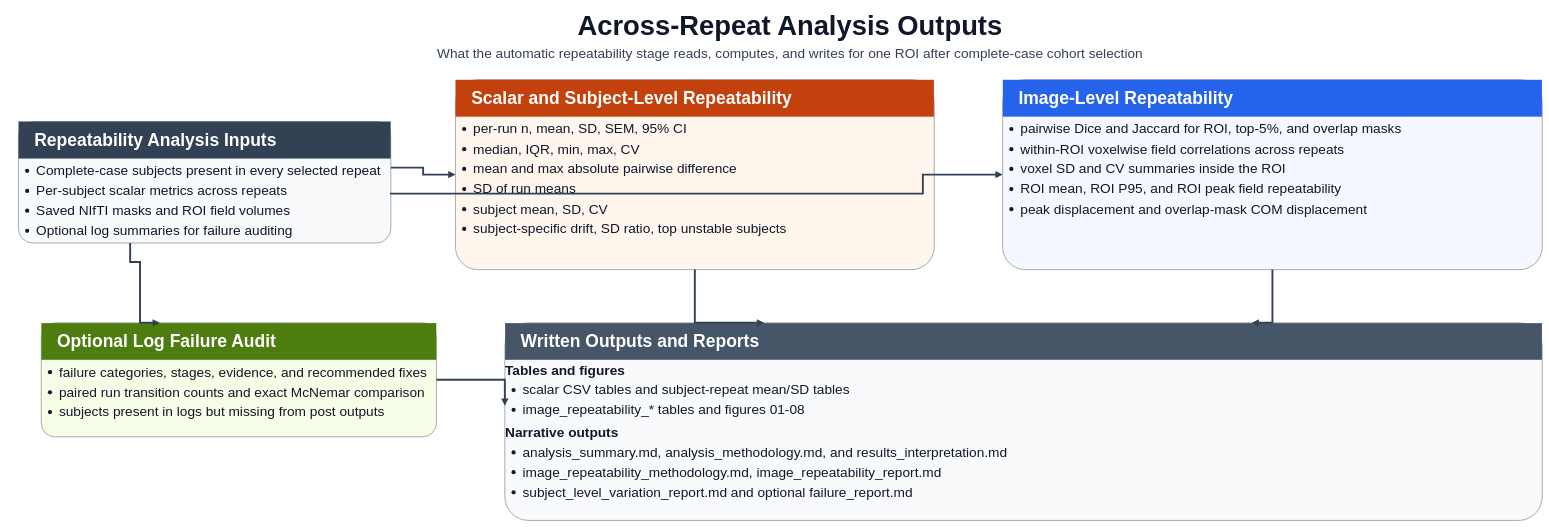
DFrogBinder/TI_Pipeline keeps this draw.io diagram as SimNIBS/Scripts/CamCan_Experiment/drawio/post_pipeline_metric_flowchart_across_repeat_repeatability_metrics.drawio. Above is the earlier version. Source tidied: cells renumbered, new cells numbered last; positions are measured from the earlier drawing's top-left corner, leaving out a move shared by most shapes. Both pictures are drawn from the tidied source at 38%, with x=0, y=0 at pixel (18, 7).
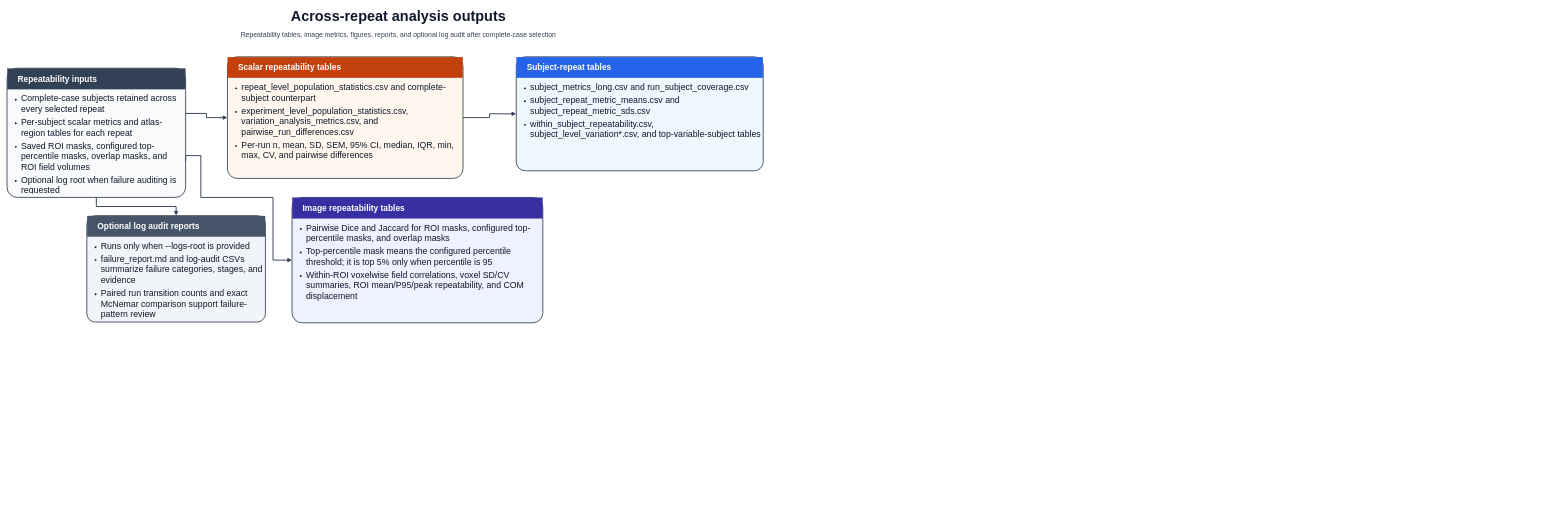
Above is the later version.

Change to the diagram source:
```diff
@@
-    <mxCell id="2" value="Across-Repeat Analysis Outputs" style="text;html=1;strokeColor=none;fillColor=none;align=center;verticalAlign=middle;fontSize=72;fontStyle=1;fontColor=#0F172A;" parent="1" vertex="1">
-      <mxGeometry x="220" width="3620" height="96" as="geometry" />
+    <mxCell id="2" value="Across-repeat analysis outputs" style="text;html=1;strokeColor=none;fillColor=none;whiteSpace=wrap;align=center;verticalAlign=middle;fontSize=38;fontFamily=Helvetica;fontColor=#0F172A;fontStyle=1;" parent="1" vertex="1">
+      <mxGeometry x="-20" y="-2" width="2040" height="52" as="geometry" />
     </mxCell>
-    <mxCell id="3" value="What the automatic repeatability stage reads, computes, and writes for one ROI after complete-case cohort selection" style="text;html=1;strokeColor=none;fillColor=none;align=center;verticalAlign=middle;fontSize=36;fontColor=#334155;" parent="1" vertex="1">
-      <mxGeometry x="120" y="92" width="3820" height="56" as="geometry" />
+    <mxCell id="3" value="Repeatability tables, image metrics, figures, reports, and optional log audit after complete-case selection" style="text;html=1;strokeColor=none;fillColor=none;whiteSpace=wrap;align=center;verticalAlign=middle;fontSize=18;fontFamily=Helvetica;fontColor=#334155;" parent="1" vertex="1">
+      <mxGeometry x="20" y="54" width="1960" height="36" as="geometry" />
     </mxCell>
-    <mxCell id="4" style="rounded=1;arcSize=12;whiteSpace=wrap;html=1;fillColor=#F8FAFC;strokeColor=#1E293B;" parent="1" vertex="1">
-      <mxGeometry y="300" width="980" height="320" as="geometry" />
-    </mxCell>
-    <mxCell id="5" style="rounded=0;whiteSpace=wrap;html=1;fillColor=#334155;strokeColor=#334155;" parent="1" vertex="1">
-      <mxGeometry x="1" y="301" width="978" height="96" as="geometry" />
-    </mxCell>
-    <mxCell id="6" value="Repeatability Analysis Inputs" style="text;html=1;strokeColor=none;fillColor=none;align=left;verticalAlign=middle;spacingLeft=30;fontSize=46;fontStyle=1;fontColor=#FFFFFF;" parent="1" vertex="1">
-      <mxGeometry x="10" y="318" width="960" height="60" as="geometry" />
-    </mxCell>
-    <mxCell id="7" value="&lt;div style='font-size:36px;line-height:1.24;color:#0F172A;'&gt;&lt;ul style='margin:4px 0 0 22px;padding-left:24px;'&gt;&lt;li style='margin:0 0 8px 0;'&gt;Complete-case subjects present in every selected repeat&lt;/li&gt;&lt;li style='margin:0 0 8px 0;'&gt;Per-subject scalar metrics across repeats&lt;/li&gt;&lt;li style='margin:0 0 8px 0;'&gt;Saved NIfTI masks and ROI field volumes&lt;/li&gt;&lt;li style='margin:0 0 8px 0;'&gt;Optional log summaries for failure auditing&lt;/li&gt;&lt;/ul&gt;&lt;/div&gt;" style="text;html=1;whiteSpace=wrap;align=left;verticalAlign=top;spacingLeft=24;spacingRight=24;spacingTop=14;strokeColor=none;fillColor=none;fontSize=36;fontColor=#0F172A;overflow=fill;" parent="1" vertex="1">
-      <mxGeometry x="1" y="404" width="978" height="214" as="geometry" />
-    </mxCell>
-    <mxCell id="8" style="rounded=1;arcSize=12;whiteSpace=wrap;html=1;fillColor=#FFF7ED;strokeColor=#1E293B;" parent="1" vertex="1">
-      <mxGeometry x="1150" y="190" width="1260" height="500" as="geometry" />
-    </mxCell>
-    <mxCell id="9" style="rounded=0;whiteSpace=wrap;html=1;fillColor=#C2410C;strokeColor=#C2410C;" parent="1" vertex="1">
-      <mxGeometry x="1151" y="191" width="1258" height="96" as="geometry" />
-    </mxCell>
-    <mxCell id="10" value="Scalar and Subject-Level Repeatability" style="text;html=1;strokeColor=none;fillColor=none;align=left;verticalAlign=middle;spacingLeft=30;fontSize=46;fontStyle=1;fontColor=#FFFFFF;" parent="1" vertex="1">
-      <mxGeometry x="1160" y="208" width="1240" height="60" as="geometry" />
-    </mxCell>
-    <mxCell id="11" value="&lt;div style='font-size:36px;line-height:1.24;color:#0F172A;'&gt;&lt;ul style='margin:4px 0 0 22px;padding-left:24px;'&gt;&lt;li style='margin:0 0 8px 0;'&gt;per-run n, mean, SD, SEM, 95% CI&lt;/li&gt;&lt;li style='margin:0 0 8px 0;'&gt;median, IQR, min, max, CV&lt;/li&gt;&lt;li style='margin:0 0 8px 0;'&gt;mean and max absolute pairwise difference&lt;/li&gt;&lt;li style='margin:0 0 8px 0;'&gt;SD of run means&lt;/li&gt;&lt;li style='margin:0 0 8px 0;'&gt;subject mean, SD, CV&lt;/li&gt;&lt;li style='margin:0 0 8px 0;'&gt;subject-specific drift, SD ratio, top unstable subjects&lt;/li&gt;&lt;/ul&gt;&lt;/div&gt;" style="text;html=1;whiteSpace=wrap;align=left;verticalAlign=top;spacingLeft=24;spacingRight=24;spacingTop=14;strokeColor=none;fillColor=none;fontSize=36;fontColor=#0F172A;overflow=fill;" parent="1" vertex="1">
-      <mxGeometry x="1151" y="294" width="1258" height="394" as="geometry" />
-    </mxCell>
-    <mxCell id="12" style="rounded=1;arcSize=12;whiteSpace=wrap;html=1;fillColor=#F5F9FF;strokeColor=#1E293B;" parent="1" vertex="1">
-      <mxGeometry x="2590" y="190" width="1420" height="500" as="geometry" />
-    </mxCell>
-    <mxCell id="13" style="rounded=0;whiteSpace=wrap;html=1;fillColor=#2563EB;strokeColor=#2563EB;" parent="1" vertex="1">
-      <mxGeometry x="2591" y="191" width="1418" height="96" as="geometry" />
-    </mxCell>
-    <mxCell id="14" value="Image-Level Repeatability" style="text;html=1;strokeColor=none;fillColor=none;align=left;verticalAlign=middle;spacingLeft=30;fontSize=46;fontStyle=1;fontColor=#FFFFFF;" parent="1" vertex="1">
-      <mxGeometry x="2600" y="208" width="1400" height="60" as="geometry" />
-    </mxCell>
-    <mxCell id="15" value="&lt;div style='font-size:36px;line-height:1.24;color:#0F172A;'&gt;&lt;ul style='margin:4px 0 0 22px;padding-left:24px;'&gt;&lt;li style='margin:0 0 8px 0;'&gt;pairwise Dice and Jaccard for ROI, top-5%, and overlap masks&lt;/li&gt;&lt;li style='margin:0 0 8px 0;'&gt;within-ROI voxelwise field correlations across repeats&lt;/li&gt;&lt;li style='margin:0 0 8px 0;'&gt;voxel SD and CV summaries inside the ROI&lt;/li&gt;&lt;li style='margin:0 0 8px 0;'&gt;ROI mean, ROI P95, and ROI peak field repeatability&lt;/li&gt;&lt;li style='margin:0 0 8px 0;'&gt;peak displacement and overlap-mask COM displacement&lt;/li&gt;&lt;/ul&gt;&lt;/div&gt;" style="text;html=1;whiteSpace=wrap;align=left;verticalAlign=top;spacingLeft=24;spacingRight=24;spacingTop=14;strokeColor=none;fillColor=none;fontSize=36;fontColor=#0F172A;overflow=fill;" parent="1" vertex="1">
-      <mxGeometry x="2591" y="294" width="1418" height="394" as="geometry" />
-    </mxCell>
-    <mxCell id="16" style="rounded=1;arcSize=12;whiteSpace=wrap;html=1;fillColor=#F7FEE7;strokeColor=#1E293B;" parent="1" vertex="1">
-      <mxGeometry x="60" y="830" width="1040" height="300" as="geometry" />
-    </mxCell>
-    <mxCell id="17" style="rounded=0;whiteSpace=wrap;html=1;fillColor=#4D7C0F;strokeColor=#4D7C0F;" parent="1" vertex="1">
-      <mxGeometry x="61" y="831" width="1038" height="96" as="geometry" />
-    </mxCell>
-    <mxCell id="18" value="Optional Log Failure Audit" style="text;html=1;strokeColor=none;fillColor=none;align=left;verticalAlign=middle;spacingLeft=30;fontSize=46;fontStyle=1;fontColor=#FFFFFF;" parent="1" vertex="1">
-      <mxGeometry x="70" y="848" width="1020" height="60" as="geometry" />
-    </mxCell>
-    <mxCell id="19" value="&lt;div style='font-size:36px;line-height:1.24;color:#0F172A;'&gt;&lt;ul style='margin:4px 0 0 22px;padding-left:24px;'&gt;&lt;li style='margin:0 0 8px 0;'&gt;failure categories, stages, evidence, and recommended fixes&lt;/li&gt;&lt;li style='margin:0 0 8px 0;'&gt;paired run transition counts and exact McNemar comparison&lt;/li&gt;&lt;li style='margin:0 0 8px 0;'&gt;subjects present in logs but missing from post outputs&lt;/li&gt;&lt;/ul&gt;&lt;/div&gt;" style="text;html=1;whiteSpace=wrap;align=left;verticalAlign=top;spacingLeft=24;spacingRight=24;spacingTop=14;strokeColor=none;fillColor=none;fontSize=36;fontColor=#0F172A;overflow=fill;" parent="1" vertex="1">
-      <mxGeometry x="61" y="934" width="1038" height="194" as="geometry" />
-    </mxCell>
-    <mxCell id="20" style="rounded=1;arcSize=12;whiteSpace=wrap;html=1;fillColor=#F8FAFC;strokeColor=#1E293B;" parent="1" vertex="1">
-      <mxGeometry x="1280" y="830" width="2730" height="520" as="geometry" />
-    </mxCell>
-    <mxCell id="21" style="rounded=0;whiteSpace=wrap;html=1;fillColor=#475569;strokeColor=#475569;" parent="1" vertex="1">
-      <mxGeometry x="1281" y="831" width="2728" height="96" as="geometry" />
-    </mxCell>
-    <mxCell id="22" value="Written Outputs and Reports" style="text;html=1;strokeColor=none;fillColor=none;align=left;verticalAlign=middle;spacingLeft=30;fontSize=46;fontStyle=1;fontColor=#FFFFFF;" parent="1" vertex="1">
-      <mxGeometry x="1290" y="848" width="2710" height="60" as="geometry" />
-    </mxCell>
-    <mxCell id="23" value="&lt;div style='font-size:36px;line-height:1.24;color:#0F172A;'&gt;&lt;div style='margin:0 0 6px 0;font-weight:700;'&gt;Tables and figures&lt;/div&gt;&lt;ul style='margin:4px 0 0 22px;padding-left:24px;'&gt;&lt;li style='margin:0 0 8px 0;'&gt;scalar CSV tables and subject-repeat mean/SD tables&lt;/li&gt;&lt;li style='margin:0 0 8px 0;'&gt;image_repeatability_* tables and figures 01-08&lt;/li&gt;&lt;/ul&gt;&lt;div style='margin:16px 0 6px 0;font-weight:700;'&gt;Narrative outputs&lt;/div&gt;&lt;ul style='margin:4px 0 0 22px;padding-left:24px;'&gt;&lt;li style='margin:0 0 8px 0;'&gt;analysis_summary.md, analysis_methodology.md, and results_interpretation.md&lt;/li&gt;&lt;li style='margin:0 0 8px 0;'&gt;image_repeatability_methodology.md, image_repeatability_report.md&lt;/li&gt;&lt;li style='margin:0 0 8px 0;'&gt;subject_level_variation_report.md and optional failure_report.md&lt;/li&gt;&lt;/ul&gt;&lt;/div&gt;" style="text;html=1;whiteSpace=wrap;align=left;verticalAlign=top;spacingLeft=24;spacingRight=24;spacingTop=14;strokeColor=none;fillColor=none;fontSize=36;fontColor=#0F172A;overflow=fill;" parent="1" vertex="1">
-      <mxGeometry x="1281" y="934" width="2728" height="414" as="geometry" />
-    </mxCell>
-    <mxCell id="24" style="edgeStyle=orthogonalEdgeStyle;rounded=0;jettySize=auto;html=1;strokeColor=#334155;strokeWidth=5;endArrow=block;endFill=1;exitX=1.0;exitY=0.38;entryX=0.0;entryY=0.5;" parent="1" edge="1" source="4" target="8">
-      <mxGeometry relative="1" as="geometry" />
-    </mxCell>
-    <mxCell id="25" style="edgeStyle=orthogonalEdgeStyle;rounded=0;jettySize=auto;html=1;strokeColor=#334155;strokeWidth=5;endArrow=block;endFill=1;exitX=1.0;exitY=0.6;entryX=0.0;entryY=0.5;" parent="1" edge="1" source="4" target="12">
-      <mxGeometry relative="1" as="geometry">
-        <Array as="points">
-          <mxPoint x="1060" y="490" />
-          <mxPoint x="2380" y="490" />
-          <mxPoint x="2380" y="440" />
-          <mxPoint x="2590" y="440" />
-        </Array>
-      </mxGeometry>
-    </mxCell>
-    <mxCell id="26" style="edgeStyle=orthogonalEdgeStyle;rounded=0;jettySize=auto;html=1;strokeColor=#334155;strokeWidth=5;endArrow=block;endFill=1;exitX=0.3;exitY=1.0;entryX=0.3;entryY=0.0;" parent="1" edge="1" source="4" target="16">
-      <mxGeometry relative="1" as="geometry">
-        <Array as="points">
-          <mxPoint x="320" y="670" />
-          <mxPoint x="320" y="830" />
-        </Array>
-      </mxGeometry>
-    </mxCell>
-    <mxCell id="27" style="edgeStyle=orthogonalEdgeStyle;rounded=0;jettySize=auto;html=1;strokeColor=#334155;strokeWidth=5;endArrow=block;endFill=1;exitX=0.5;exitY=1.0;entryX=0.25;entryY=0.0;" parent="1" edge="1" source="8" target="20">
-      <mxGeometry relative="1" as="geometry">
-        <Array as="points">
-          <mxPoint x="1780" y="730" />
-          <mxPoint x="1780" y="830" />
-        </Array>
-      </mxGeometry>
-    </mxCell>
-    <mxCell id="28" style="edgeStyle=orthogonalEdgeStyle;rounded=0;jettySize=auto;html=1;strokeColor=#334155;strokeWidth=5;endArrow=block;endFill=1;exitX=0.5;exitY=1.0;entryX=0.72;entryY=0.0;" parent="1" edge="1" source="12" target="20">
-      <mxGeometry relative="1" as="geometry">
-        <Array as="points">
-          <mxPoint x="3300" y="730" />
-          <mxPoint x="3300" y="830" />
-        </Array>
-      </mxGeometry>
-    </mxCell>
-    <mxCell id="29" style="edgeStyle=orthogonalEdgeStyle;rounded=0;jettySize=auto;html=1;strokeColor=#334155;strokeWidth=5;endArrow=block;endFill=1;exitX=1.0;exitY=0.5;entryX=0.0;entryY=0.42;" parent="1" edge="1" source="16" target="20">
-      <mxGeometry relative="1" as="geometry">
-        <Array as="points">
-          <mxPoint x="1140" y="980" />
-          <mxPoint x="1280" y="980" />
-        </Array>
-      </mxGeometry>
-    </mxCell>
+    <mxCell id="30" style="rounded=1;arcSize=8;whiteSpace=wrap;html=1;fillColor=#F8FAFC;strokeColor=#1E293B;strokeWidth=2;fontFamily=Helvetica;" parent="1" vertex="1">
+      <mxGeometry x="-30" y="160" width="470" height="340" as="geometry" />
+    </mxCell>
+    <mxCell id="31" style="rounded=0;whiteSpace=wrap;html=1;fillColor=#334155;strokeColor=#334155;fontFamily=Helvetica;" parent="1" vertex="1">
+      <mxGeometry x="-29" y="161" width="468" height="54" as="geometry" />
+    </mxCell>
+    <mxCell id="32" value="Repeatability inputs" style="text;html=1;strokeColor=none;fillColor=none;whiteSpace=wrap;align=left;verticalAlign=middle;spacingLeft=18;fontSize=22;fontStyle=1;fontFamily=Helvetica;fontColor=#FFFFFF;" parent="1" vertex="1">
+      <mxGeometry x="-22" y="168" width="454" height="42" as="geometry" />
+    </mxCell>
+    <mxCell id="33" value="&lt;div style=&quot;line-height: 1.22; color: rgb(15, 23, 42);&quot;&gt;&lt;ul style=&quot;margin: 4px 0px 0px 18px; padding-left: 18px;&quot;&gt;&lt;li style=&quot;margin: 0px 0px 6px;&quot;&gt;&lt;font style=&quot;font-size: 23px;&quot;&gt;Complete-case subjects retained across every selected repeat&lt;/font&gt;&lt;/li&gt;&lt;li style=&quot;margin: 0px 0px 6px;&quot;&gt;&lt;font style=&quot;font-size: 23px;&quot;&gt;Per-subject scalar metrics and atlas-region tables for each repeat&lt;/font&gt;&lt;/li&gt;&lt;li style=&quot;margin: 0px 0px 6px;&quot;&gt;&lt;font style=&quot;font-size: 23px;&quot;&gt;Saved ROI masks, configured top-percentile masks, overlap masks, and ROI field volumes&lt;/font&gt;&lt;/li&gt;&lt;li style=&quot;margin: 0px 0px 6px;&quot;&gt;&lt;font style=&quot;font-size: 23px;&quot;&gt;Optional log root when failure auditing is requested&lt;/font&gt;&lt;/li&gt;&lt;/ul&gt;&lt;/div&gt;" style="text;html=1;whiteSpace=wrap;align=left;verticalAlign=top;spacingLeft=14;spacingRight=14;spacingTop=10;strokeColor=none;fillColor=none;fontSize=16;fontFamily=Helvetica;fontColor=#0F172A;overflow=fill;" parent="1" vertex="1">
+      <mxGeometry x="-29" y="222" width="468" height="268" as="geometry" />
+    </mxCell>
+    <mxCell id="34" style="rounded=1;arcSize=8;whiteSpace=wrap;html=1;fillColor=#FFF7ED;strokeColor=#1E293B;strokeWidth=2;fontFamily=Helvetica;" parent="1" vertex="1">
+      <mxGeometry x="550" y="130" width="620" height="320" as="geometry" />
+    </mxCell>
+    <mxCell id="35" style="rounded=0;whiteSpace=wrap;html=1;fillColor=#C2410C;strokeColor=#C2410C;fontFamily=Helvetica;" parent="1" vertex="1">
+      <mxGeometry x="551" y="131" width="618" height="54" as="geometry" />
+    </mxCell>
+    <mxCell id="36" value="Scalar repeatability tables" style="text;html=1;strokeColor=none;fillColor=none;whiteSpace=wrap;align=left;verticalAlign=middle;spacingLeft=18;fontSize=22;fontStyle=1;fontFamily=Helvetica;fontColor=#FFFFFF;" parent="1" vertex="1">
+      <mxGeometry x="558" y="138" width="604" height="42" as="geometry" />
+    </mxCell>
+    <mxCell id="37" value="&lt;div style=&quot;line-height: 1.22; color: rgb(15, 23, 42);&quot;&gt;&lt;ul style=&quot;margin: 4px 0px 0px 18px; padding-left: 18px;&quot;&gt;&lt;li style=&quot;margin: 0px 0px 6px;&quot;&gt;&lt;font style=&quot;font-size: 23px;&quot;&gt;repeat_level_population_statistics.csv and complete-subject counterpart&lt;/font&gt;&lt;/li&gt;&lt;li style=&quot;margin: 0px 0px 6px;&quot;&gt;&lt;font style=&quot;font-size: 23px;&quot;&gt;experiment_level_population_statistics.csv, variation_analysis_metrics.csv, and pairwise_run_differences.csv&lt;/font&gt;&lt;/li&gt;&lt;li style=&quot;margin: 0px 0px 6px;&quot;&gt;&lt;font style=&quot;font-size: 23px;&quot;&gt;Per-run n, mean, SD, SEM, 95% CI, median, IQR, min, max, CV, and pairwise differences&lt;/font&gt;&lt;/li&gt;&lt;/ul&gt;&lt;/div&gt;" style="text;html=1;whiteSpace=wrap;align=left;verticalAlign=top;spacingLeft=14;spacingRight=14;spacingTop=10;strokeColor=none;fillColor=none;fontSize=16;fontFamily=Helvetica;fontColor=#0F172A;overflow=fill;" parent="1" vertex="1">
+      <mxGeometry x="551" y="192" width="618" height="256" as="geometry" />
+    </mxCell>
+    <mxCell id="38" style="rounded=1;arcSize=8;whiteSpace=wrap;html=1;fillColor=#EFF6FF;strokeColor=#1E293B;strokeWidth=2;fontFamily=Helvetica;" parent="1" vertex="1">
+      <mxGeometry x="1310" y="130" width="650" height="300" as="geometry" />
+    </mxCell>
+    <mxCell id="39" style="rounded=0;whiteSpace=wrap;html=1;fillColor=#2563EB;strokeColor=#2563EB;fontFamily=Helvetica;" parent="1" vertex="1">
+      <mxGeometry x="1311" y="131" width="648" height="54" as="geometry" />
+    </mxCell>
+    <mxCell id="40" value="Subject-repeat tables" style="text;html=1;strokeColor=none;fillColor=none;whiteSpace=wrap;align=left;verticalAlign=middle;spacingLeft=18;fontSize=22;fontStyle=1;fontFamily=Helvetica;fontColor=#FFFFFF;" parent="1" vertex="1">
+      <mxGeometry x="1318" y="138" width="634" height="42" as="geometry" />
+    </mxCell>
+    <mxCell id="41" value="&lt;div style=&quot;line-height: 1.22; color: rgb(15, 23, 42);&quot;&gt;&lt;ul style=&quot;margin: 4px 0px 0px 18px; padding-left: 18px;&quot;&gt;&lt;li style=&quot;margin: 0px 0px 6px;&quot;&gt;&lt;font style=&quot;font-size: 23px;&quot;&gt;subject_metrics_long.csv and run_subject_coverage.csv&lt;/font&gt;&lt;/li&gt;&lt;li style=&quot;margin: 0px 0px 6px;&quot;&gt;&lt;font style=&quot;font-size: 23px;&quot;&gt;subject_repeat_metric_means.csv and subject_repeat_metric_sds.csv&lt;/font&gt;&lt;/li&gt;&lt;li style=&quot;margin: 0px 0px 6px;&quot;&gt;&lt;font style=&quot;font-size: 23px;&quot;&gt;within_subject_repeatability.csv, subject_level_variation*.csv, and top-variable-subject tables&lt;/font&gt;&lt;/li&gt;&lt;/ul&gt;&lt;/div&gt;" style="text;html=1;whiteSpace=wrap;align=left;verticalAlign=top;spacingLeft=14;spacingRight=14;spacingTop=10;strokeColor=none;fillColor=none;fontSize=16;fontFamily=Helvetica;fontColor=#0F172A;overflow=fill;" parent="1" vertex="1">
+      <mxGeometry x="1311" y="192" width="648" height="236" as="geometry" />
+    </mxCell>
+    <mxCell id="42" style="rounded=1;arcSize=8;whiteSpace=wrap;html=1;fillColor=#EEF2FF;strokeColor=#1E293B;strokeWidth=2;fontFamily=Helvetica;" parent="1" vertex="1">
+      <mxGeometry x="720" y="500" width="660" height="330" as="geometry" />
+    </mxCell>
+    <mxCell id="43" style="rounded=0;whiteSpace=wrap;html=1;fillColor=#3730A3;strokeColor=#3730A3;fontFamily=Helvetica;" parent="1" vertex="1">
+      <mxGeometry x="721" y="501" width="658" height="54" as="geometry" />
+    </mxCell>
+    <mxCell id="44" value="Image repeatability tables" style="text;html=1;strokeColor=none;fillColor=none;whiteSpace=wrap;align=left;verticalAlign=middle;spacingLeft=18;fontSize=22;fontStyle=1;fontFamily=Helvetica;fontColor=#FFFFFF;" parent="1" vertex="1">
+      <mxGeometry x="728" y="508" width="644" height="42" as="geometry" />
+    </mxCell>
+    <mxCell id="45" value="&lt;div style=&quot;line-height: 1.22; color: rgb(15, 23, 42);&quot;&gt;&lt;ul style=&quot;margin: 4px 0px 0px 18px; padding-left: 18px;&quot;&gt;&lt;li style=&quot;margin: 0px 0px 6px;&quot;&gt;&lt;font style=&quot;font-size: 23px;&quot;&gt;Pairwise Dice and Jaccard for ROI masks, configured top-percentile masks, and overlap masks&lt;/font&gt;&lt;/li&gt;&lt;li style=&quot;margin: 0px 0px 6px;&quot;&gt;&lt;font style=&quot;font-size: 23px;&quot;&gt;Top-percentile mask means the configured percentile threshold; it is top 5% only when percentile is 95&lt;/font&gt;&lt;/li&gt;&lt;li style=&quot;margin: 0px 0px 6px;&quot;&gt;&lt;font style=&quot;font-size: 23px;&quot;&gt;Within-ROI voxelwise field correlations, voxel SD/CV summaries, ROI mean/P95/peak repeatability, and COM displacement&lt;/font&gt;&lt;/li&gt;&lt;/ul&gt;&lt;/div&gt;" style="text;html=1;whiteSpace=wrap;align=left;verticalAlign=top;spacingLeft=14;spacingRight=14;spacingTop=10;strokeColor=none;fillColor=none;fontSize=16;fontFamily=Helvetica;fontColor=#0F172A;overflow=fill;" parent="1" vertex="1">
+      <mxGeometry x="721" y="562" width="658" height="266" as="geometry" />
+    </mxCell>
+    <mxCell id="46" style="rounded=1;arcSize=8;whiteSpace=wrap;html=1;fillColor=#F1F5F9;strokeColor=#1E293B;strokeWidth=2;fontFamily=Helvetica;" parent="1" vertex="1">
+      <mxGeometry x="180" y="548" width="470" height="280" as="geometry" />
+    </mxCell>
+    <mxCell id="47" style="rounded=0;whiteSpace=wrap;html=1;fillColor=#475569;strokeColor=#475569;fontFamily=Helvetica;" parent="1" vertex="1">
+      <mxGeometry x="181" y="549" width="468" height="54" as="geometry" />
+    </mxCell>
+    <mxCell id="48" value="Optional log audit reports" style="text;html=1;strokeColor=none;fillColor=none;whiteSpace=wrap;align=left;verticalAlign=middle;spacingLeft=18;fontSize=22;fontStyle=1;fontFamily=Helvetica;fontColor=#FFFFFF;" parent="1" vertex="1">
+      <mxGeometry x="188" y="556" width="454" height="42" as="geometry" />
+    </mxCell>
+    <mxCell id="49" value="&lt;div style=&quot;line-height: 1.22; color: rgb(15, 23, 42);&quot;&gt;&lt;ul style=&quot;margin: 4px 0px 0px 18px; padding-left: 18px;&quot;&gt;&lt;li style=&quot;margin: 0px 0px 6px;&quot;&gt;&lt;font style=&quot;font-size: 23px;&quot;&gt;Runs only when --logs-root is provided&lt;/font&gt;&lt;/li&gt;&lt;li style=&quot;margin: 0px 0px 6px;&quot;&gt;&lt;font style=&quot;font-size: 23px;&quot;&gt;failure_report.md and log-audit CSVs summarize failure categories, stages, and evidence&lt;/font&gt;&lt;/li&gt;&lt;li style=&quot;margin: 0px 0px 6px;&quot;&gt;&lt;font style=&quot;font-size: 23px;&quot;&gt;Paired run transition counts and exact McNemar comparison support failure-pattern review&lt;/font&gt;&lt;/li&gt;&lt;/ul&gt;&lt;/div&gt;" style="text;html=1;whiteSpace=wrap;align=left;verticalAlign=top;spacingLeft=14;spacingRight=14;spacingTop=10;strokeColor=none;fillColor=none;fontSize=16;fontFamily=Helvetica;fontColor=#0F172A;overflow=fill;" parent="1" vertex="1">
+      <mxGeometry x="181" y="610" width="468" height="216" as="geometry" />
+    </mxCell>
+    <mxCell id="50" style="edgeStyle=orthogonalEdgeStyle;rounded=0;jettySize=auto;html=1;strokeColor=#334155;strokeWidth=2.5;endArrow=block;endFill=1;fontFamily=Helvetica;exitX=1;exitY=0.35;entryX=0;entryY=0.5;" parent="1" edge="1" source="30" target="34">
+      <mxGeometry relative="1" as="geometry" />
+    </mxCell>
+    <mxCell id="51" style="edgeStyle=orthogonalEdgeStyle;rounded=0;jettySize=auto;html=1;strokeColor=#334155;strokeWidth=2.5;endArrow=block;endFill=1;fontFamily=Helvetica;exitX=1;exitY=0.72;entryX=0;entryY=0.5;" parent="1" edge="1" source="30" target="42">
+      <mxGeometry relative="1" as="geometry">
+        <Array as="points">
+          <mxPoint x="440" y="390" />
+          <mxPoint x="480" y="390" />
+          <mxPoint x="480" y="500" />
+          <mxPoint x="670" y="500" />
+          <mxPoint x="670" y="665" />
+          <mxPoint x="690" y="665" />
+        </Array>
+      </mxGeometry>
+    </mxCell>
+    <mxCell id="52" style="edgeStyle=orthogonalEdgeStyle;rounded=0;jettySize=auto;html=1;strokeColor=#334155;strokeWidth=2.5;endArrow=block;endFill=1;fontFamily=Helvetica;exitX=0.5;exitY=1;entryX=0.5;entryY=0;" parent="1" edge="1" source="30" target="46">
+      <mxGeometry relative="1" as="geometry" />
+    </mxCell>
+    <mxCell id="53" style="edgeStyle=orthogonalEdgeStyle;rounded=0;jettySize=auto;html=1;strokeColor=#334155;strokeWidth=2.5;endArrow=block;endFill=1;fontFamily=Helvetica;exitX=1;exitY=0.5;entryX=0;entryY=0.5;" parent="1" edge="1" source="34" target="38">
+      <mxGeometry relative="1" as="geometry" />
+    </mxCell>
```
